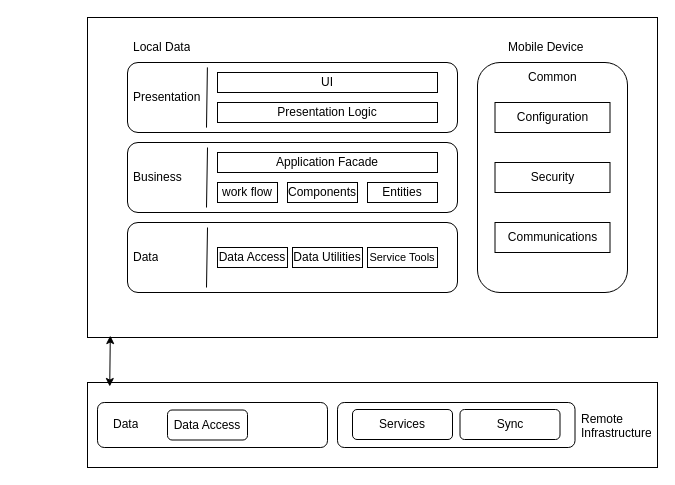
Earlier version of the draw.io diagram component diagram.drawio (memahdii/smartNotes). Source tidied: cells renumbered, new cells numbered last; positions are measured from the earlier drawing's top-left corner, leaving out a move shared by most shapes. Both pictures are drawn from the tidied source at 100%, with x=0, y=0 at pixel (87, 17).
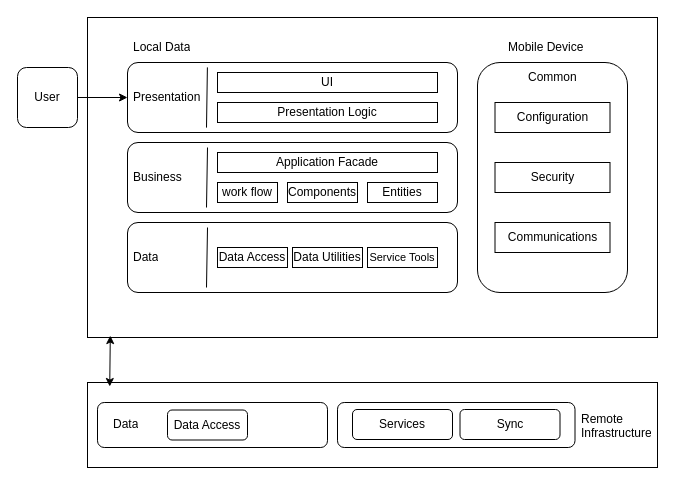
The same diagram, later.

The change refers to these unchanged cells:
```xml
<mxCell id="7" value="Presentation" style="text;strokeColor=none;fillColor=none;align=left;verticalAlign=middle;spacingLeft=4;spacingRight=4;overflow=hidden;points=[[0,0.5],[1,0.5]];portConstraint=eastwest;whiteSpace=wrap;html=1;" parent="1" vertex="1">
  <mxGeometry x="40" y="65" width="80" height="30" as="geometry" />
</mxCell>
```

Diff of the diagram source:
```diff
@@
+    <mxCell id="38" style="edgeStyle=orthogonalEdgeStyle;rounded=0;jettySize=auto;html=1;" parent="1" edge="1" source="39" target="7">
+      <mxGeometry relative="1" as="geometry" />
+    </mxCell>
+    <mxCell id="39" value="User" style="rounded=1;whiteSpace=wrap;html=1;" parent="1" vertex="1">
+      <mxGeometry x="-70" y="50" width="60" height="60" as="geometry" />
+    </mxCell>
```
